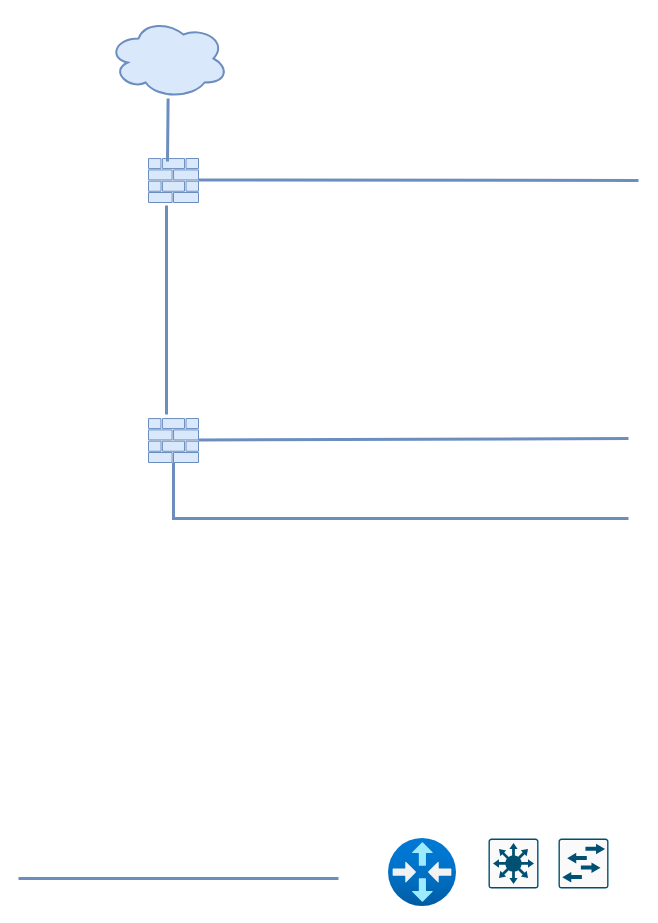
The draw.io diagram drawings/Red-unizar.drawio in miguel-martin/drawio, before the edit. Source tidied: cells renumbered, new cells numbered last; positions are measured from the earlier drawing's top-left corner, leaving out a move shared by most shapes. Both pictures are drawn from the tidied source at 100%, with x=0, y=0 at pixel (18, 18).
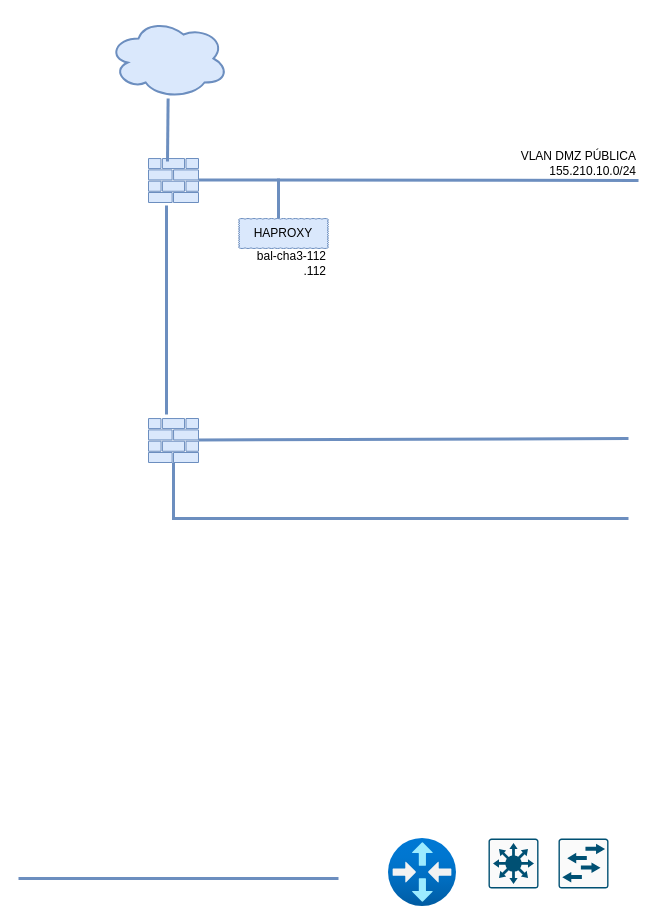
The same page after the edit.

What changed in the source:
```diff
@@
+    <mxCell id="14" value="HAPROXY" style="whiteSpace=wrap;html=1;shape=mxgraph.basic.cloud_rect;fillColor=#dae8fc;strokeColor=#6c8ebf;" parent="1" vertex="1">
+      <mxGeometry x="220" y="200" width="90" height="30" as="geometry" />
+    </mxCell>
+    <mxCell id="15" style="endArrow=none;html=1;rounded=0;strokeWidth=3;fillColor=#dae8fc;strokeColor=#6c8ebf;" parent="1" edge="1">
+      <mxGeometry relative="1" as="geometry">
+        <mxPoint x="260" y="200" as="sourcePoint" />
+        <mxPoint x="260" y="160" as="targetPoint" />
+      </mxGeometry>
+    </mxCell>
+    <mxCell id="16" value="bal-cha3-112&lt;div&gt;.112&lt;/div&gt;" style="text;strokeColor=none;align=right;fillColor=none;html=1;verticalAlign=middle;whiteSpace=wrap;rounded=0;" parent="1" vertex="1">
+      <mxGeometry x="210" y="230" width="100" height="30" as="geometry" />
+    </mxCell>
+    <mxCell id="17" value="&lt;div&gt;VLAN DMZ PÚBLICA&lt;/div&gt;&lt;div&gt;155.210.10.0/24&lt;/div&gt;" style="text;strokeColor=none;align=right;fillColor=none;html=1;verticalAlign=middle;whiteSpace=wrap;rounded=0;" parent="1" vertex="1">
+      <mxGeometry x="460" y="130" width="160" height="30" as="geometry" />
+    </mxCell>
```
